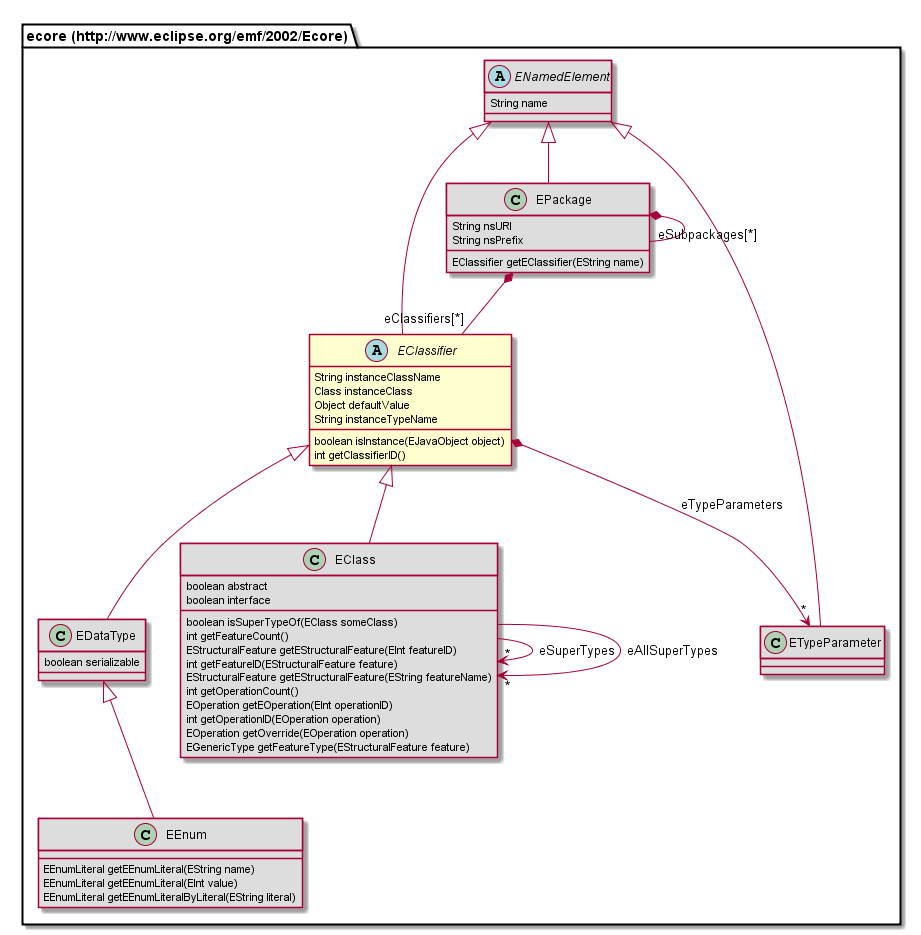
Before: org.nasdanika.codegen.editor/doc/model/687474703a2f2f7777772e65636c697073652e6f72672f656d662f323030322f45636f7265/EClassifier.png, a diagram exported from PlantUML (Nasdanika/codegen). The source it was exported from:
```plantuml
@startuml
abstract class "ecore (http://www.eclipse.org/emf/2002/Ecore).EClassifier" {
	String instanceClassName
	Class instanceClass
	Object defaultValue
	String instanceTypeName
	boolean isInstance(EJavaObject object)
	int getClassifierID()
}
class "ecore (http://www.eclipse.org/emf/2002/Ecore).EDataType" #DDDDDD {
	boolean serializable
}
class "ecore (http://www.eclipse.org/emf/2002/Ecore).EPackage" #DDDDDD {
	String nsURI
	String nsPrefix
	EClassifier getEClassifier(EString name)
}
class "ecore (http://www.eclipse.org/emf/2002/Ecore).EEnum" #DDDDDD {
	EEnumLiteral getEEnumLiteral(EString name)
	EEnumLiteral getEEnumLiteral(EInt value)
	EEnumLiteral getEEnumLiteralByLiteral(EString literal)
}
abstract class "ecore (http://www.eclipse.org/emf/2002/Ecore).ENamedElement" #DDDDDD {
	String name
}
class "ecore (http://www.eclipse.org/emf/2002/Ecore).EClass" #DDDDDD {
	boolean abstract
	boolean interface
	boolean isSuperTypeOf(EClass someClass)
	int getFeatureCount()
	EStructuralFeature getEStructuralFeature(EInt featureID)
	int getFeatureID(EStructuralFeature feature)
	EStructuralFeature getEStructuralFeature(EString featureName)
	int getOperationCount()
	EOperation getEOperation(EInt operationID)
	int getOperationID(EOperation operation)
	EOperation getOverride(EOperation operation)
	EGenericType getFeatureType(EStructuralFeature feature)
}
class "ecore (http://www.eclipse.org/emf/2002/Ecore).ETypeParameter" #DDDDDD {
}
"ecore (http://www.eclipse.org/emf/2002/Ecore).EClassifier" <|-- "ecore (http://www.eclipse.org/emf/2002/Ecore).EDataType"
"ecore (http://www.eclipse.org/emf/2002/Ecore).ENamedElement" <|-- "ecore (http://www.eclipse.org/emf/2002/Ecore).EPackage"
"ecore (http://www.eclipse.org/emf/2002/Ecore).EDataType" <|-- "ecore (http://www.eclipse.org/emf/2002/Ecore).EEnum"
"ecore (http://www.eclipse.org/emf/2002/Ecore).EClassifier" <|-- "ecore (http://www.eclipse.org/emf/2002/Ecore).EClass"
"ecore (http://www.eclipse.org/emf/2002/Ecore).ENamedElement" <|-- "ecore (http://www.eclipse.org/emf/2002/Ecore).ETypeParameter"
"ecore (http://www.eclipse.org/emf/2002/Ecore).ENamedElement" <|-- "ecore (http://www.eclipse.org/emf/2002/Ecore).EClassifier"
"ecore (http://www.eclipse.org/emf/2002/Ecore).EPackage" *-- "eClassifiers[*]" "ecore (http://www.eclipse.org/emf/2002/Ecore).EClassifier"
"ecore (http://www.eclipse.org/emf/2002/Ecore).EPackage" *-- "eSubpackages[*]" "ecore (http://www.eclipse.org/emf/2002/Ecore).EPackage"
"ecore (http://www.eclipse.org/emf/2002/Ecore).EClass" --> "*" "ecore (http://www.eclipse.org/emf/2002/Ecore).EClass" : eSuperTypes
"ecore (http://www.eclipse.org/emf/2002/Ecore).EClass" --> "*" "ecore (http://www.eclipse.org/emf/2002/Ecore).EClass" : eAllSuperTypes
"ecore (http://www.eclipse.org/emf/2002/Ecore).EClassifier" *--> "*" "ecore (http://www.eclipse.org/emf/2002/Ecore).ETypeParameter" : eTypeParameters
@enduml
```
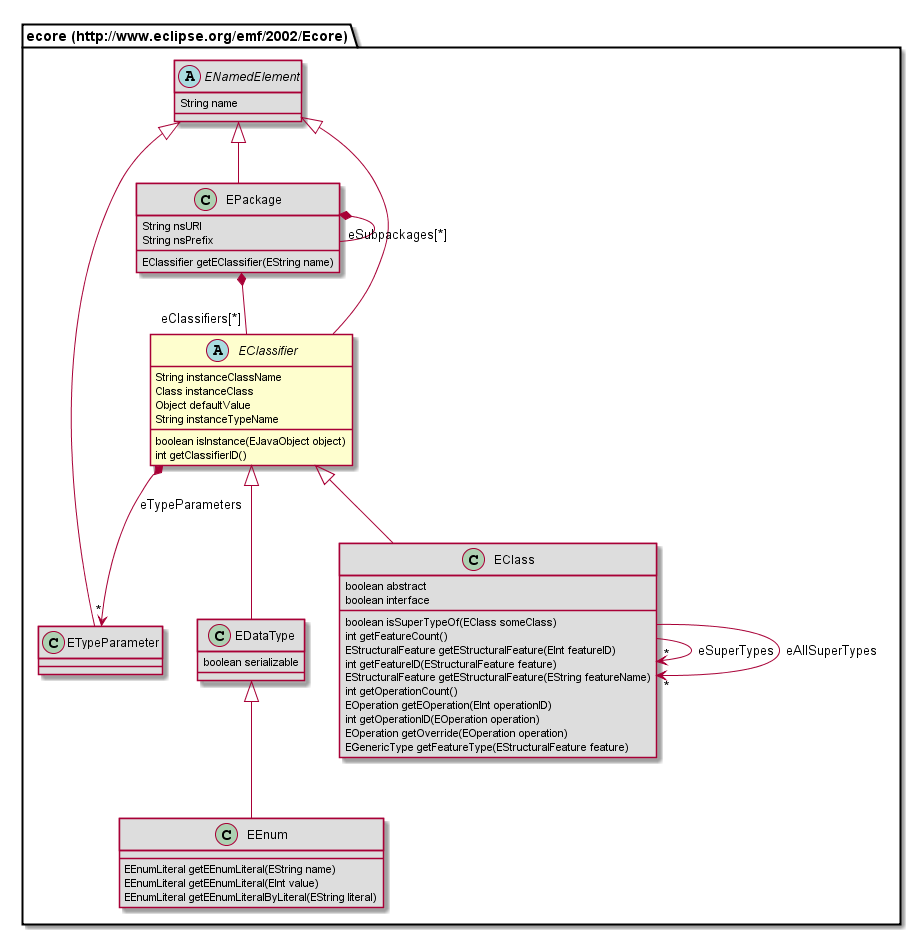
After the commit.

Diff of the diagram source:
```diff
@@ -7,8 +7,8 @@
 	boolean isInstance(EJavaObject object)
 	int getClassifierID()
 }
-class "ecore (http://www.eclipse.org/emf/2002/Ecore).EDataType" #DDDDDD {
-	boolean serializable
+abstract class "ecore (http://www.eclipse.org/emf/2002/Ecore).ENamedElement" #DDDDDD {
+	String name
 }
 class "ecore (http://www.eclipse.org/emf/2002/Ecore).EPackage" #DDDDDD {
 	String nsURI
@@ -20,8 +20,10 @@
 	EEnumLiteral getEEnumLiteral(EInt value)
 	EEnumLiteral getEEnumLiteralByLiteral(EString literal)
 }
-abstract class "ecore (http://www.eclipse.org/emf/2002/Ecore).ENamedElement" #DDDDDD {
-	String name
+class "ecore (http://www.eclipse.org/emf/2002/Ecore).EDataType" #DDDDDD {
+	boolean serializable
+}
+class "ecore (http://www.eclipse.org/emf/2002/Ecore).ETypeParameter" #DDDDDD {
 }
 class "ecore (http://www.eclipse.org/emf/2002/Ecore).EClass" #DDDDDD {
 	boolean abstract
@@ -37,17 +39,15 @@
 	EOperation getOverride(EOperation operation)
 	EGenericType getFeatureType(EStructuralFeature feature)
 }
-class "ecore (http://www.eclipse.org/emf/2002/Ecore).ETypeParameter" #DDDDDD {
-}
+"ecore (http://www.eclipse.org/emf/2002/Ecore).ENamedElement" <|-- "ecore (http://www.eclipse.org/emf/2002/Ecore).EPackage"
+"ecore (http://www.eclipse.org/emf/2002/Ecore).ENamedElement" <|-- "ecore (http://www.eclipse.org/emf/2002/Ecore).EClassifier"
+"ecore (http://www.eclipse.org/emf/2002/Ecore).EDataType" <|-- "ecore (http://www.eclipse.org/emf/2002/Ecore).EEnum"
 "ecore (http://www.eclipse.org/emf/2002/Ecore).EClassifier" <|-- "ecore (http://www.eclipse.org/emf/2002/Ecore).EDataType"
-"ecore (http://www.eclipse.org/emf/2002/Ecore).ENamedElement" <|-- "ecore (http://www.eclipse.org/emf/2002/Ecore).EPackage"
-"ecore (http://www.eclipse.org/emf/2002/Ecore).EDataType" <|-- "ecore (http://www.eclipse.org/emf/2002/Ecore).EEnum"
+"ecore (http://www.eclipse.org/emf/2002/Ecore).ENamedElement" <|-- "ecore (http://www.eclipse.org/emf/2002/Ecore).ETypeParameter"
 "ecore (http://www.eclipse.org/emf/2002/Ecore).EClassifier" <|-- "ecore (http://www.eclipse.org/emf/2002/Ecore).EClass"
-"ecore (http://www.eclipse.org/emf/2002/Ecore).ENamedElement" <|-- "ecore (http://www.eclipse.org/emf/2002/Ecore).ETypeParameter"
-"ecore (http://www.eclipse.org/emf/2002/Ecore).ENamedElement" <|-- "ecore (http://www.eclipse.org/emf/2002/Ecore).EClassifier"
 "ecore (http://www.eclipse.org/emf/2002/Ecore).EPackage" *-- "eClassifiers[*]" "ecore (http://www.eclipse.org/emf/2002/Ecore).EClassifier"
 "ecore (http://www.eclipse.org/emf/2002/Ecore).EPackage" *-- "eSubpackages[*]" "ecore (http://www.eclipse.org/emf/2002/Ecore).EPackage"
+"ecore (http://www.eclipse.org/emf/2002/Ecore).EClassifier" *--> "*" "ecore (http://www.eclipse.org/emf/2002/Ecore).ETypeParameter" : eTypeParameters
 "ecore (http://www.eclipse.org/emf/2002/Ecore).EClass" --> "*" "ecore (http://www.eclipse.org/emf/2002/Ecore).EClass" : eSuperTypes
 "ecore (http://www.eclipse.org/emf/2002/Ecore).EClass" --> "*" "ecore (http://www.eclipse.org/emf/2002/Ecore).EClass" : eAllSuperTypes
-"ecore (http://www.eclipse.org/emf/2002/Ecore).EClassifier" *--> "*" "ecore (http://www.eclipse.org/emf/2002/Ecore).ETypeParameter" : eTypeParameters
 @enduml
```
